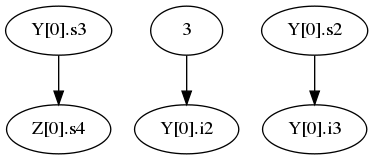
Above: src/out_graph/dp_graph_5.dot.png in gerakilmurray/genevalmag (Graphviz), before the change. Its source is kept beside it as src/out_graph/dp_graph_5.dot.
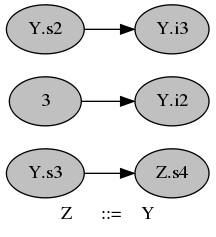
After the change.

What changed in the source:
```diff
@@ -1,10 +1,14 @@
 digraph G {
-0[label="Z[0].s4"];
-1[label="Y[0].s3"];
-2[label="Y[0].i2"];
+graph [
+label="Z	::=	Y", rankdir="LR", ratio="compress"];
+node [
+color="black", fillcolor="gray", shape="ellipse", style="filled"];
+0[label="Z.s4"];
+1[label="Y.s3"];
+2[label="Y.i2"];
 3[label="3"];
-4[label="Y[0].i3"];
-5[label="Y[0].s2"];
+4[label="Y.i3"];
+5[label="Y.s2"];
 1->0 ;
 3->2 ;
 5->4 ;
```
